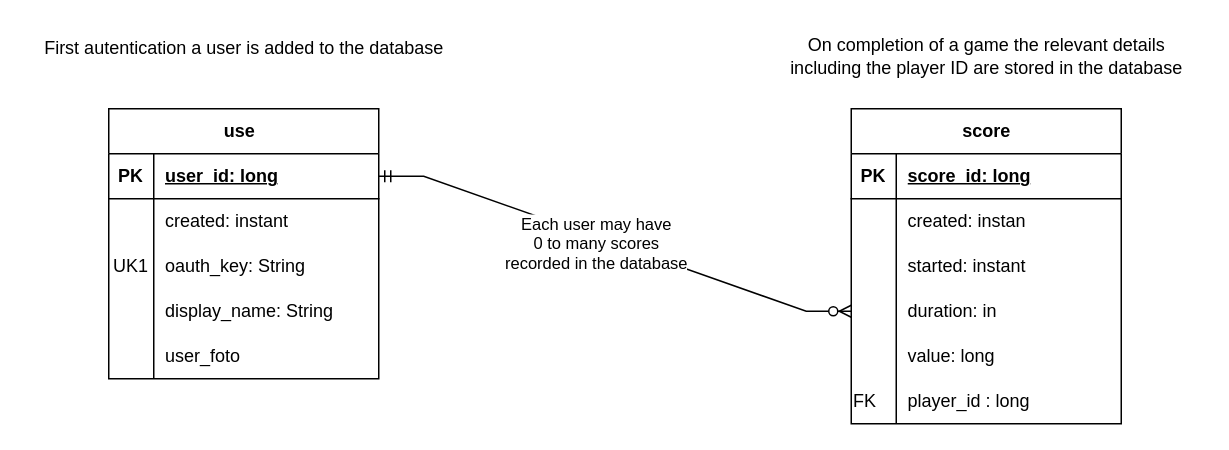
The draw.io diagram work/GravityDB.drawio in ddc-java-16/gravity-game-Marc0E, before the edit. Source tidied: cells renumbered, new cells numbered last; positions are measured from the earlier drawing's top-left corner, leaving out a move shared by most shapes. Both pictures are drawn from the tidied source at 150%, with x=0, y=0 at pixel (26, 26).
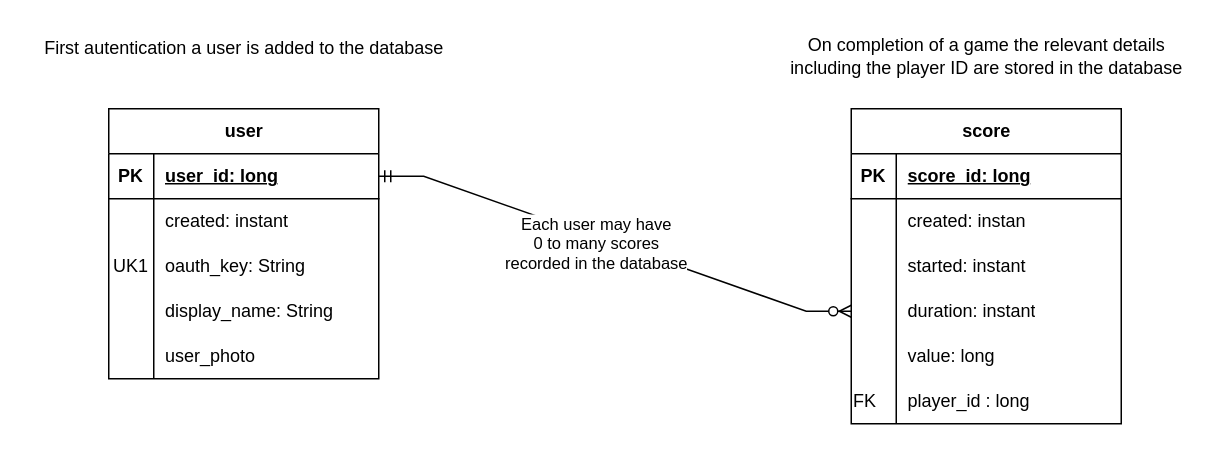
Above is the later version.

Commit message (it also covers changes not shown here):
update in user instructions, changed of pdf/svg in ERD and activity game centered labels.

Unchanged cells that the change refers to:
```xml
<mxCell id="12" style="shape=tableRow;horizontal=0;startSize=0;swimlaneHead=0;swimlaneBody=0;fillColor=none;points=[[0,0.5],[1,0.5]];portConstraint=eastwest;top=0;left=0;right=0;bottom=0;" parent="2" vertex="1">
  <mxGeometry y="120" width="180" height="30" as="geometry" />
</mxCell>
<mxCell id="35" style="shape=tableRow;horizontal=0;startSize=0;swimlaneHead=0;swimlaneBody=0;fillColor=none;top=0;left=0;right=0;bottom=0;" parent="22" vertex="1">
  <mxGeometry y="150" width="180" height="30" as="geometry" />
</mxCell>
```

Diff of the diagram source:
```diff
@@
-    <mxCell id="14" value="duration: in&lt;span style=&quot;white-space: pre;&quot;&gt;&#9;&lt;/span&gt;" style="shape=partialRectangle;fillColor=none;top=0;left=0;bottom=0;right=0;align=left;spacingLeft=6;overflow=hidden;whiteSpace=wrap;html=1;" parent="12" vertex="1">
+    <mxCell id="14" value="duration: instant" style="shape=partialRectangle;fillColor=none;top=0;left=0;bottom=0;right=0;align=left;spacingLeft=6;overflow=hidden;whiteSpace=wrap;html=1;" parent="12" vertex="1">
       <mxGeometry x="30" width="150" height="30" as="geometry" />
     </mxCell>
@@
-    <mxCell id="22" value="use&lt;span style=&quot;white-space: pre;&quot;&gt;&#9;&lt;/span&gt;" style="shape=table;startSize=30;childLayout=tableLayout;rowLines=0;fontStyle=1;align=center;html=1;" parent="1" vertex="1">
+    <mxCell id="22" value="user" style="shape=table;startSize=30;childLayout=tableLayout;rowLines=0;fontStyle=1;align=center;html=1;" parent="1" vertex="1">
       <mxGeometry x="55" y="55" width="180" height="180" as="geometry" />
     </mxCell>
@@
-    <mxCell id="37" value="user_foto&lt;span style=&quot;white-space: pre;&quot;&gt;&#9;&lt;/span&gt;" style="shape=partialRectangle;fillColor=none;top=0;left=0;bottom=0;right=0;align=left;spacingLeft=6;overflow=hidden;whiteSpace=wrap;html=1;" parent="35" vertex="1">
+    <mxCell id="37" value="user_photo" style="shape=partialRectangle;fillColor=none;top=0;left=0;bottom=0;right=0;align=left;spacingLeft=6;overflow=hidden;whiteSpace=wrap;html=1;" parent="35" vertex="1">
       <mxGeometry x="30" width="150" height="30" as="geometry" />
     </mxCell>
```
